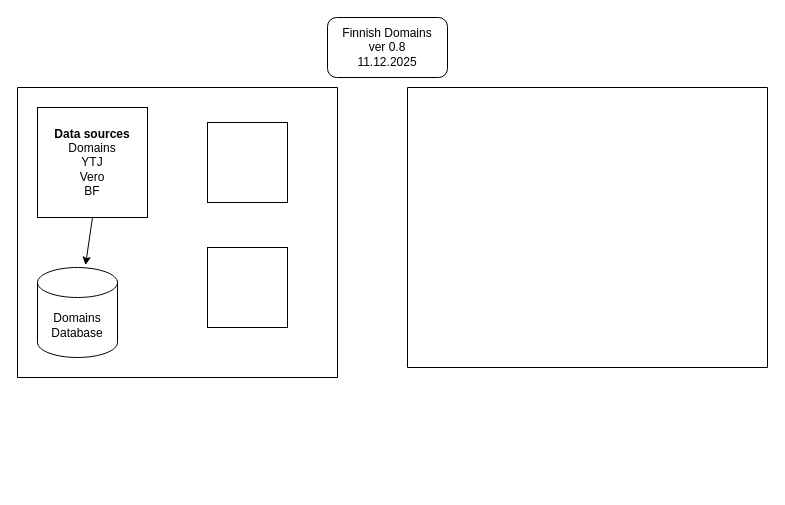
Earlier version of the draw.io diagram domains_01.drawio (rsetala/genAI_october). Source tidied: cells renumbered, new cells numbered last; positions are measured from the earlier drawing's top-left corner, leaving out a move shared by most shapes. Both pictures are drawn from the tidied source at 100%, with x=0, y=0 at pixel (17, 17).
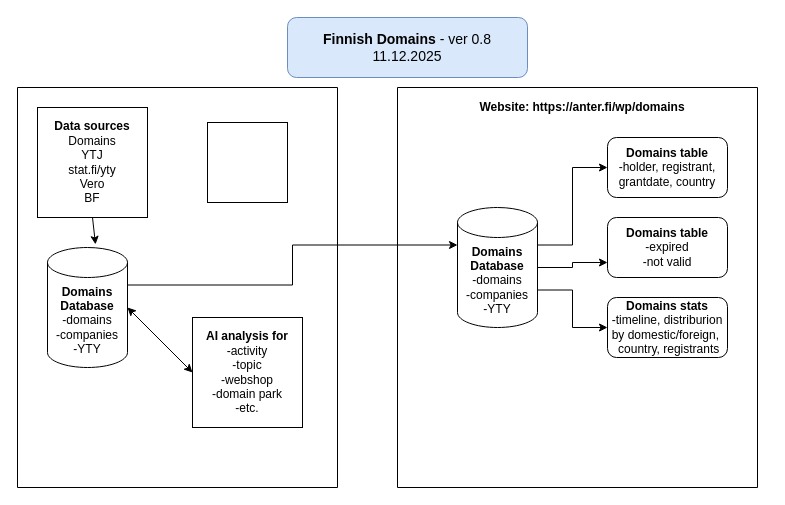
After the change.

Diff of the diagram source:
```diff
@@
 <mxGraphModel>
   <root>
     <mxCell id="0" />
     <mxCell id="1" parent="0" />
-    <mxCell id="2" value="Domains Database" style="shape=cylinder3;whiteSpace=wrap;html=1;boundedLbl=1;backgroundOutline=1;size=15;" parent="1" vertex="1">
-      <mxGeometry x="20" y="250" width="80" height="90" as="geometry" />
-    </mxCell>
-    <mxCell id="3" value="&lt;div&gt;&lt;b&gt;Data sources&lt;/b&gt;&lt;/div&gt;&lt;div&gt;Domains&lt;/div&gt;&lt;div&gt;YTJ&lt;/div&gt;&lt;div&gt;Vero&lt;/div&gt;&lt;div&gt;BF&lt;/div&gt;" style="whiteSpace=wrap;html=1;" parent="1" vertex="1">
+    <mxCell id="3" value="&lt;div&gt;&lt;b&gt;Data sources&lt;/b&gt;&lt;/div&gt;&lt;div&gt;Domains&lt;/div&gt;&lt;div&gt;YTJ&lt;/div&gt;&lt;div&gt;stat.fi/yty&lt;/div&gt;&lt;div&gt;Vero&lt;/div&gt;&lt;div&gt;BF&lt;/div&gt;" style="whiteSpace=wrap;html=1;" parent="1" vertex="1">
       <mxGeometry x="20" y="90" width="110" height="110" as="geometry" />
     </mxCell>
-    <mxCell id="4" style="whiteSpace=wrap;html=1;" parent="1" vertex="1">
-      <mxGeometry x="190" y="230" width="80" height="80" as="geometry" />
-    </mxCell>
     <mxCell id="5" style="whiteSpace=wrap;html=1;" parent="1" vertex="1">
       <mxGeometry x="190" y="105" width="80" height="80" as="geometry" />
     </mxCell>
-    <mxCell id="6" value="&lt;div&gt;Finnish Domains&lt;/div&gt;&lt;div&gt;ver 0.8&lt;/div&gt;&lt;div&gt;11.12.2025&lt;/div&gt;" style="rounded=1;whiteSpace=wrap;html=1;" parent="1" vertex="1">
-      <mxGeometry x="310" width="120" height="60" as="geometry" />
+    <mxCell id="6" value="&lt;div&gt;&lt;font style=&quot;font-size: 14px;&quot;&gt;&lt;b&gt;Finnish Domains&lt;/b&gt; - ver 0.8&lt;/font&gt;&lt;/div&gt;&lt;div&gt;&lt;font style=&quot;font-size: 14px;&quot;&gt;11.12.2025&lt;/font&gt;&lt;/div&gt;" style="rounded=1;whiteSpace=wrap;html=1;fillColor=#dae8fc;strokeColor=#6c8ebf;" parent="1" vertex="1">
+      <mxGeometry x="270" width="240" height="60" as="geometry" />
     </mxCell>
     <mxCell id="7" style="endArrow=classic;html=1;rounded=0;entryX=0.6;entryY=-0.026;entryDx=0;entryDy=0;entryPerimeter=0;exitX=0.5;exitY=1;exitDx=0;exitDy=0;" parent="1" edge="1" source="3" target="2">
       <mxGeometry relative="1" as="geometry" />
     </mxCell>
     <mxCell id="8" style="swimlane;startSize=0;" parent="1" vertex="1">
-      <mxGeometry y="70" width="320" height="290" as="geometry" />
+      <mxGeometry y="70" width="320" height="400" as="geometry" />
     </mxCell>
+    <mxCell id="4" value="&lt;div&gt;&lt;b&gt;AI analysis for&lt;/b&gt;&lt;/div&gt;&lt;div&gt;-activity&lt;/div&gt;&lt;div&gt;-topic&lt;/div&gt;&lt;div&gt;-webshop&lt;/div&gt;&lt;div&gt;-domain park&lt;/div&gt;&lt;div&gt;-etc.&lt;/div&gt;" style="whiteSpace=wrap;html=1;" parent="8" vertex="1">
+      <mxGeometry x="175" y="230" width="110" height="110" as="geometry" />
+    </mxCell>
+    <mxCell id="2" value="&lt;div&gt;&lt;b&gt;Domains Database&lt;/b&gt;&lt;/div&gt;&lt;div&gt;-domains&lt;/div&gt;&lt;div&gt;-companies&lt;/div&gt;&lt;div&gt;-YTY&lt;/div&gt;" style="shape=cylinder3;whiteSpace=wrap;html=1;boundedLbl=1;backgroundOutline=1;size=15;" parent="8" vertex="1">
+      <mxGeometry x="30" y="160" width="80" height="120" as="geometry" />
+    </mxCell>
+    <mxCell id="10" style="endArrow=classic;startArrow=classic;html=1;rounded=0;entryX=0;entryY=0.5;entryDx=0;entryDy=0;exitX=1;exitY=0.5;exitDx=0;exitDy=0;exitPerimeter=0;" parent="8" edge="1" source="2" target="4">
+      <mxGeometry relative="1" as="geometry" />
+    </mxCell>
     <mxCell id="9" style="swimlane;startSize=0;" parent="1" vertex="1">
-      <mxGeometry x="390" y="70" width="360" height="280" as="geometry" />
+      <mxGeometry x="380" y="70" width="360" height="400" as="geometry" />
     </mxCell>
+    <mxCell id="11" value="&lt;div&gt;&lt;b&gt;Domains table&lt;/b&gt;&lt;/div&gt;&lt;div&gt;-holder, registrant, grantdate, country&lt;/div&gt;" style="rounded=1;whiteSpace=wrap;html=1;" parent="9" vertex="1">
+      <mxGeometry x="210" y="50" width="120" height="60" as="geometry" />
+    </mxCell>
+    <mxCell id="12" value="&lt;b&gt;Website: https://anter.fi/wp/domains&lt;/b&gt;" style="text;html=1;whiteSpace=wrap;strokeColor=none;fillColor=none;align=center;verticalAlign=middle;rounded=0;" parent="9" vertex="1">
+      <mxGeometry x="70" y="5" width="230" height="30" as="geometry" />
+    </mxCell>
+    <mxCell id="13" value="&lt;div&gt;&lt;b&gt;Domains table&lt;/b&gt;&lt;/div&gt;&lt;div&gt;-expired&lt;/div&gt;&lt;div&gt;-not valid&lt;/div&gt;" style="rounded=1;whiteSpace=wrap;html=1;" parent="9" vertex="1">
+      <mxGeometry x="210" y="130" width="120" height="60" as="geometry" />
+    </mxCell>
+    <mxCell id="14" value="&lt;div&gt;&lt;b&gt;Domains stats&lt;/b&gt;&lt;/div&gt;&lt;div&gt;-timeline, distriburion by domestic/foreign,&amp;nbsp;&lt;/div&gt;&lt;div&gt;&amp;nbsp;country, registrants&lt;/div&gt;" style="rounded=1;whiteSpace=wrap;html=1;" parent="9" vertex="1">
+      <mxGeometry x="210" y="210" width="120" height="60" as="geometry" />
+    </mxCell>
+    <mxCell id="15" style="edgeStyle=orthogonalEdgeStyle;rounded=0;jettySize=auto;html=1;exitX=1;exitY=0;exitDx=0;exitDy=37.5;exitPerimeter=0;entryX=0;entryY=0.5;entryDx=0;entryDy=0;" parent="9" edge="1" source="18" target="11">
+      <mxGeometry relative="1" as="geometry" />
+    </mxCell>
+    <mxCell id="16" style="edgeStyle=orthogonalEdgeStyle;rounded=0;jettySize=auto;html=1;exitX=1;exitY=0;exitDx=0;exitDy=82.5;exitPerimeter=0;entryX=0;entryY=0.5;entryDx=0;entryDy=0;" parent="9" edge="1" source="18" target="14">
+      <mxGeometry relative="1" as="geometry" />
+    </mxCell>
+    <mxCell id="17" style="edgeStyle=orthogonalEdgeStyle;rounded=0;jettySize=auto;html=1;exitX=1;exitY=0.5;exitDx=0;exitDy=0;exitPerimeter=0;entryX=0;entryY=0.75;entryDx=0;entryDy=0;" parent="9" edge="1" source="18" target="13">
+      <mxGeometry relative="1" as="geometry" />
+    </mxCell>
+    <mxCell id="18" value="&lt;div&gt;&lt;b&gt;Domains Database&lt;/b&gt;&lt;/div&gt;&lt;div&gt;-domains&lt;/div&gt;&lt;div&gt;-companies&lt;/div&gt;&lt;div&gt;-YTY&lt;/div&gt;" style="shape=cylinder3;whiteSpace=wrap;html=1;boundedLbl=1;backgroundOutline=1;size=15;" parent="9" vertex="1">
+      <mxGeometry x="60" y="120" width="80" height="120" as="geometry" />
+    </mxCell>
+    <mxCell id="19" style="edgeStyle=orthogonalEdgeStyle;rounded=0;jettySize=auto;html=1;exitX=1;exitY=0;exitDx=0;exitDy=37.5;exitPerimeter=0;entryX=0;entryY=0;entryDx=0;entryDy=37.5;entryPerimeter=0;" parent="1" edge="1" source="2" target="18">
+      <mxGeometry relative="1" as="geometry" />
+    </mxCell>
   </root>
 </mxGraphModel>
```
